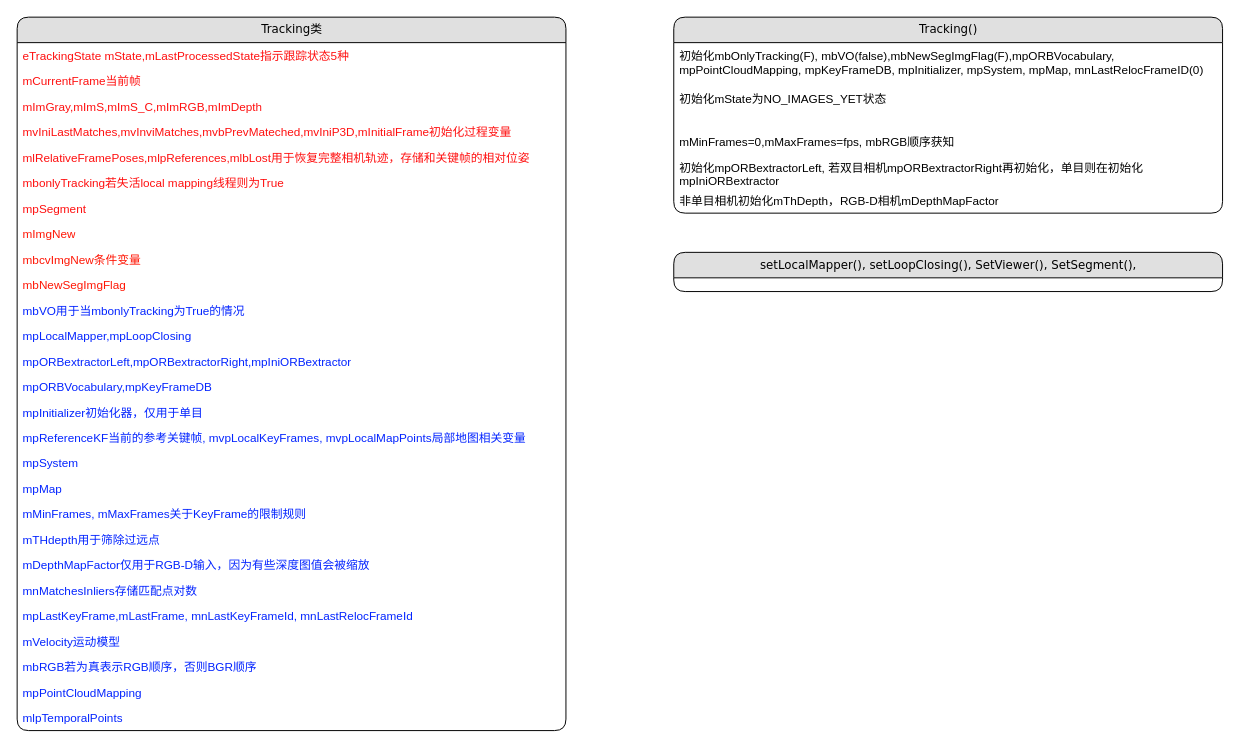
Earlier version of the draw.io diagram page "Tracking" (7 of 13) of Untitled Diagram.drawio (gtx818/visual-SLAM). Source tidied: cells renumbered, new cells numbered last; positions are measured from the earlier drawing's top-left corner, leaving out a move shared by most shapes. Both pictures are drawn from the tidied source at 98%, with x=0, y=0 at pixel (17, 17).
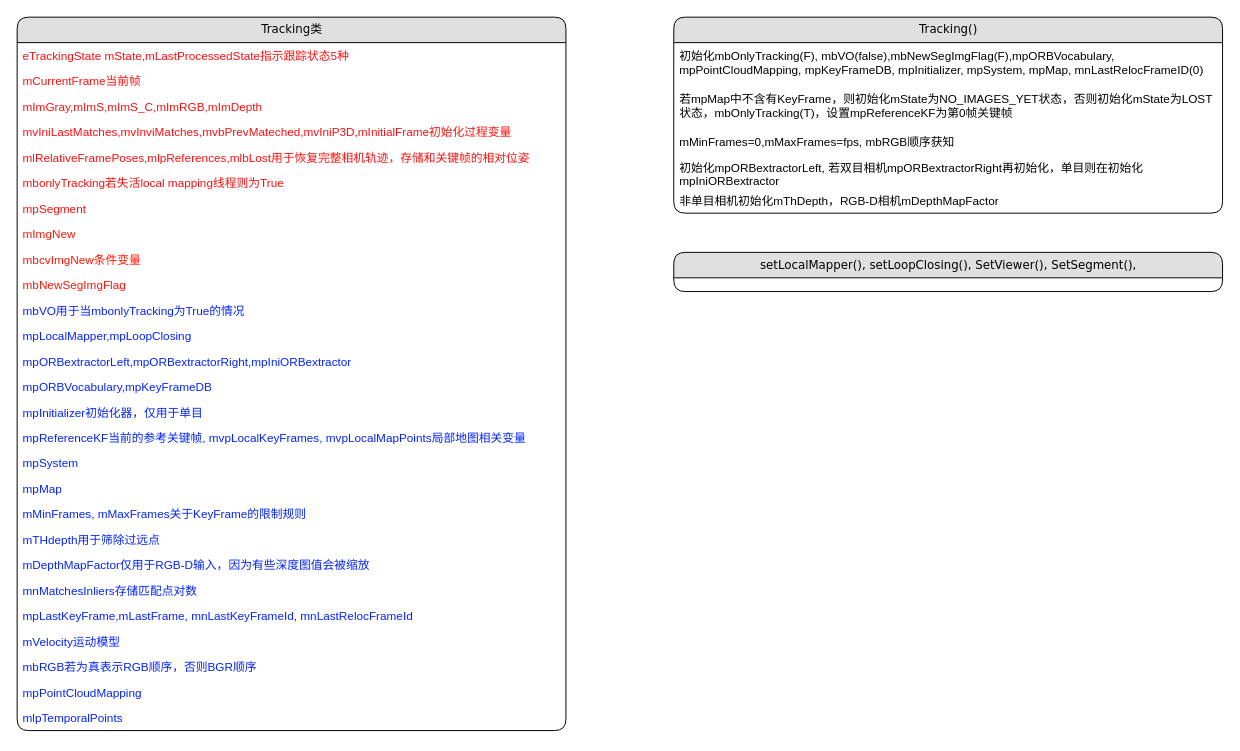
After the change.

The change refers to these unchanged cells:
```xml
<mxCell id="30" value="Tracking()" style="swimlane;html=1;fontStyle=0;horizontal=1;startSize=26;fillColor=#e0e0e0;swimlaneFillColor=#ffffff;align=center;rounded=1;shadow=0;comic=0;labelBackgroundColor=none;strokeWidth=1;fontFamily=Verdana;fontSize=12;" parent="1" vertex="1">
  <mxGeometry x="670" width="560" height="200" as="geometry" />
</mxCell>
```

The edit, as a diff of the source:
```diff
@@
-    <mxCell id="32" value="初始化mState为NO_IMAGES_YET状态" style="text;html=1;strokeColor=none;fillColor=none;spacingLeft=4;spacingRight=4;whiteSpace=wrap;overflow=hidden;fontColor=#000000;" parent="30" vertex="1">
+    <mxCell id="32" value="若mpMap中不含有KeyFrame，则初始化mState为NO_IMAGES_YET状态，否则初始化mState为LOST状态，mbOnlyTracking(T)，设置mpReferenceKF为第0帧关键帧" style="text;html=1;strokeColor=none;fillColor=none;spacingLeft=4;spacingRight=4;whiteSpace=wrap;overflow=hidden;fontColor=#000000;" parent="30" vertex="1">
       <mxGeometry y="70" width="560" height="44" as="geometry" />
     </mxCell>
```
